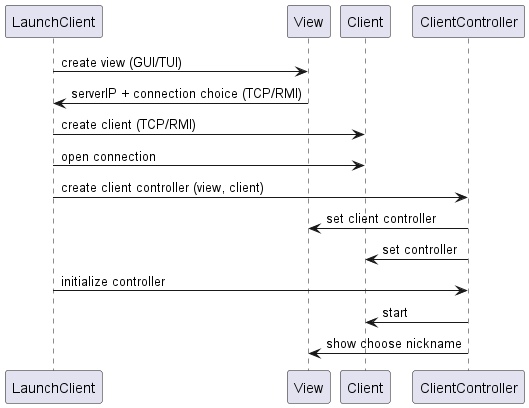
LucaBardaPoli/IS23-AM11 keeps this PlantUML diagram as deliverables/highLevelUML/clent_launch-0.png. Above is the earlier version. The source it was exported from:
```plantuml
@startuml


LaunchClient -> View: create view (GUI/TUI)
View -> LaunchClient: serverIP + connection choice (TCP/RMI)

LaunchClient -> Client: create client (TCP/RMI)
LaunchClient -> Client: open connection
LaunchClient -> ClientController: create client controller (view, client)
ClientController -> View: set client controller
ClientController -> Client: set controller
LaunchClient -> ClientController: initialize controller
ClientController -> Client: start
ClientController -> View: show choose nickname
@enduml
```
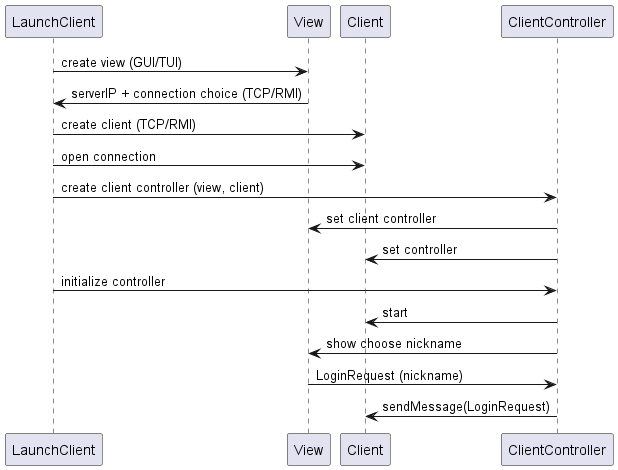
The same diagram one commit later.

Commit message:
sequence diagrams

What changed in the source:
```diff
@@ -12,4 +12,6 @@
 LaunchClient -> ClientController: initialize controller
 ClientController -> Client: start
 ClientController -> View: show choose nickname
+View -> ClientController: LoginRequest (nickname)
+ClientController -> Client: sendMessage(LoginRequest)
 @enduml
```
